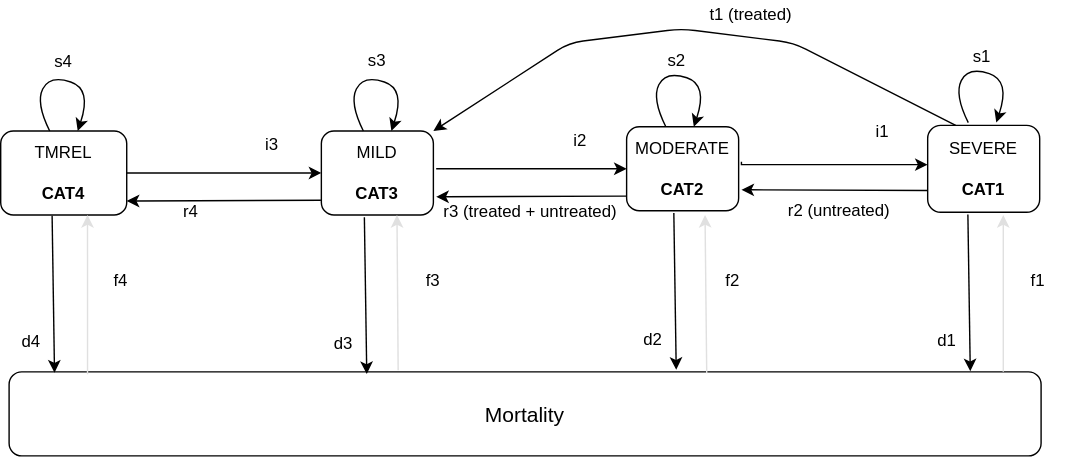
This is docs/source/models/risk_exposures/child_growth_failure/wasting/wasting_state_exposure_with_complicated_sam/calibration_transitions.svg from ihmeuw/vivarium_research, a draw.io export, as it was before one commit. Source tidied: cells renumbered, new cells last; positions are measured from the earlier drawing's top-left corner, leaving out a move shared by most shapes.
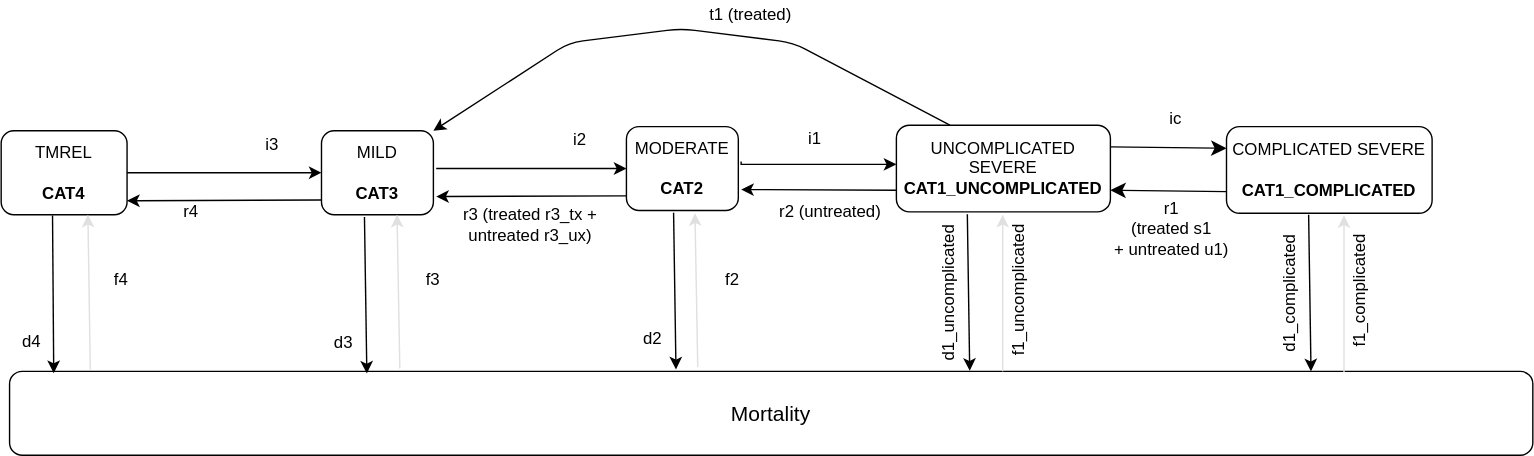
Later version of the same file.

Commit message:
update docs for wasting transition rates

What changed in the source:
```diff
@@ -22,34 +22,6 @@
     <mxCell id="7" value="r4" style="text;html=1;strokeColor=none;fillColor=none;align=center;verticalAlign=middle;whiteSpace=wrap;rounded=0;shadow=0;fontSize=12;" parent="1" vertex="1">
       <mxGeometry x="80" y="141" width="112" height="20" as="geometry" />
     </mxCell>
-    <mxCell id="8" style="curved=1;endArrow=classic;html=1;fontSize=12;" parent="1" edge="1">
-      <mxGeometry relative="1" as="geometry">
-        <mxPoint x="35" y="93" as="sourcePoint" />
-        <mxPoint x="55" y="93" as="targetPoint" />
-        <Array as="points">
-          <mxPoint x="25" y="73" />
-          <mxPoint x="35" y="53" />
-          <mxPoint x="65" y="63" />
-        </Array>
-      </mxGeometry>
-    </mxCell>
-    <mxCell id="9" style="curved=1;endArrow=classic;html=1;fontSize=12;" parent="1" edge="1">
-      <mxGeometry relative="1" as="geometry">
-        <mxPoint x="259" y="93" as="sourcePoint" />
-        <mxPoint x="279" y="93" as="targetPoint" />
-        <Array as="points">
-          <mxPoint x="249" y="73" />
-          <mxPoint x="259" y="53" />
-          <mxPoint x="289" y="63" />
-        </Array>
-      </mxGeometry>
-    </mxCell>
-    <mxCell id="10" value="s4" style="text;html=1;strokeColor=none;fillColor=none;align=center;verticalAlign=middle;whiteSpace=wrap;rounded=0;fontSize=12;" parent="1" vertex="1">
-      <mxGeometry x="25" y="34" width="40" height="19" as="geometry" />
-    </mxCell>
-    <mxCell id="11" value="s3" style="text;html=1;strokeColor=none;fillColor=none;align=center;verticalAlign=middle;whiteSpace=wrap;rounded=0;fontSize=12;" parent="1" vertex="1">
-      <mxGeometry x="249" y="33" width="40" height="20" as="geometry" />
-    </mxCell>
     <mxCell id="12" style="edgeStyle=orthogonalEdgeStyle;rounded=0;jettySize=auto;html=1;fontSize=12;" parent="1" edge="1" target="13">
       <mxGeometry relative="1" as="geometry">
         <mxPoint x="311" y="120" as="sourcePoint" />
@@ -66,20 +38,9 @@
         <mxPoint x="311" y="140" as="targetPoint" />
       </mxGeometry>
     </mxCell>
-    <mxCell id="16" value="r3 (treated + untreated)" style="text;html=1;strokeColor=none;fillColor=none;align=center;verticalAlign=middle;whiteSpace=wrap;rounded=0;shadow=0;fontSize=12;" parent="1" vertex="1">
-      <mxGeometry x="309" y="141" width="139" height="19" as="geometry" />
+    <mxCell id="16" value="r3 (treated r3_tx + untreated r3_ux)" style="text;html=1;strokeColor=none;fillColor=none;align=center;verticalAlign=middle;whiteSpace=wrap;rounded=0;shadow=0;fontSize=12;" parent="1" vertex="1">
+      <mxGeometry x="309" y="141" width="139" height="38" as="geometry" />
     </mxCell>
-    <mxCell id="17" style="curved=1;endArrow=classic;html=1;fontSize=12;" parent="1" edge="1">
-      <mxGeometry relative="1" as="geometry">
-        <mxPoint x="475" y="90" as="sourcePoint" />
-        <mxPoint x="495" y="90" as="targetPoint" />
-        <Array as="points">
-          <mxPoint x="465" y="70" />
-          <mxPoint x="475" y="50" />
-          <mxPoint x="505" y="60" />
-        </Array>
-      </mxGeometry>
-    </mxCell>
     <mxCell id="18" style="edgeStyle=orthogonalEdgeStyle;rounded=0;jettySize=auto;html=1;fontSize=12;" parent="1" edge="1" target="19">
       <mxGeometry relative="1" as="geometry">
         <mxPoint x="529" y="115" as="sourcePoint" />
@@ -88,11 +49,14 @@
         </Array>
       </mxGeometry>
     </mxCell>
+    <mxCell id="45" style="edgeStyle=none;curved=1;rounded=0;jettySize=auto;html=1;exitX=1;exitY=0.25;exitDx=0;exitDy=0;entryX=0;entryY=0.25;entryDx=0;entryDy=0;fontSize=12;startSize=8;endSize=8;" parent="1" edge="1" source="19" target="47">
+      <mxGeometry relative="1" as="geometry" />
+    </mxCell>
-    <mxCell id="19" value="&lt;font style=&quot;font-size: 12px&quot;&gt;SEVERE&lt;br style=&quot;font-size: 12px&quot;&gt;&lt;/font&gt;&lt;br style=&quot;font-size: 12px&quot;&gt;&lt;b style=&quot;font-size: 12px&quot;&gt;CAT&lt;/b&gt;&lt;b style=&quot;font-size: 12px&quot;&gt;1&lt;/b&gt;" style="rounded=1;whiteSpace=wrap;html=1;fontSize=12;" parent="1" vertex="1">
-      <mxGeometry x="662" y="89" width="80" height="62" as="geometry" />
+    <mxCell id="19" value="&lt;font style=&quot;font-size: 12px&quot;&gt;UNCOMPLICATED SEVERE&lt;/font&gt;&lt;br style=&quot;font-size: 12px&quot;&gt;&lt;b style=&quot;font-size: 12px&quot;&gt;CAT&lt;/b&gt;&lt;b style=&quot;font-size: 12px&quot;&gt;1_UNCOMPLICATED&lt;/b&gt;" style="rounded=1;whiteSpace=wrap;html=1;fontSize=12;" parent="1" vertex="1">
+      <mxGeometry x="640" y="89" width="153" height="62" as="geometry" />
     </mxCell>
     <mxCell id="20" value="i1" style="text;html=1;strokeColor=none;fillColor=none;align=center;verticalAlign=middle;whiteSpace=wrap;rounded=0;fontSize=12;" parent="1" vertex="1">
-      <mxGeometry x="610" y="84" width="40" height="20" as="geometry" />
+      <mxGeometry x="562" y="89" width="40" height="20" as="geometry" />
     </mxCell>
     <mxCell id="21" style="endArrow=classic;html=1;exitX=0;exitY=0.75;exitDx=0;exitDy=0;fontSize=12;" parent="1" edge="1" source="19">
       <mxGeometry relative="1" as="geometry">
@@ -100,29 +64,12 @@
       </mxGeometry>
     </mxCell>
     <mxCell id="22" value="r2 (untreated)" style="text;html=1;strokeColor=none;fillColor=none;align=center;verticalAlign=middle;whiteSpace=wrap;rounded=0;shadow=0;fontSize=12;" parent="1" vertex="1">
-      <mxGeometry x="543" y="140" width="112" height="20" as="geometry" />
+      <mxGeometry x="537" y="141" width="112" height="20" as="geometry" />
     </mxCell>
-    <mxCell id="23" style="curved=1;endArrow=classic;html=1;fontSize=12;" parent="1" edge="1">
-      <mxGeometry relative="1" as="geometry">
-        <mxPoint x="691" y="87" as="sourcePoint" />
-        <mxPoint x="711" y="87" as="targetPoint" />
-        <Array as="points">
-          <mxPoint x="681" y="67" />
-          <mxPoint x="691" y="47" />
-          <mxPoint x="721" y="57" />
-        </Array>
-      </mxGeometry>
-    </mxCell>
-    <mxCell id="24" value="s2" style="text;html=1;strokeColor=none;fillColor=none;align=center;verticalAlign=middle;whiteSpace=wrap;rounded=0;fontSize=12;" parent="1" vertex="1">
-      <mxGeometry x="463" y="33" width="40" height="20" as="geometry" />
-    </mxCell>
-    <mxCell id="25" value="s1" style="text;html=1;strokeColor=none;fillColor=none;align=center;verticalAlign=middle;whiteSpace=wrap;rounded=0;fontSize=12;" parent="1" vertex="1">
-      <mxGeometry x="681" y="30" width="40" height="20" as="geometry" />
-    </mxCell>
     <mxCell id="26" value="&lt;font style=&quot;font-size: 15px&quot;&gt;Mortality&lt;br&gt;&lt;/font&gt;" style="rounded=1;whiteSpace=wrap;html=1;" parent="1" vertex="1">
-      <mxGeometry x="6" y="265" width="737" height="60" as="geometry" />
+      <mxGeometry x="6" y="265" width="1089" height="60" as="geometry" />
     </mxCell>
-    <mxCell id="27" style="endArrow=classic;html=1;entryX=0.044;entryY=0.01;entryDx=0;entryDy=0;entryPerimeter=0;exitX=0.408;exitY=1.01;exitDx=0;exitDy=0;exitPerimeter=0;" parent="1" edge="1" source="3" target="26">
+    <mxCell id="27" style="endArrow=classic;html=1;entryX=0.029;entryY=0.021;entryDx=0;entryDy=0;entryPerimeter=0;exitX=0.408;exitY=1.01;exitDx=0;exitDy=0;exitPerimeter=0;" parent="1" edge="1" source="3" target="26">
       <mxGeometry relative="1" as="geometry" />
     </mxCell>
     <mxCell id="28" value="d4" style="text;html=1;strokeColor=none;fillColor=none;align=center;verticalAlign=middle;whiteSpace=wrap;rounded=0;" parent="1" vertex="1">
@@ -155,8 +102,8 @@
         <mxPoint x="692.4" y="264.6" as="targetPoint" />
       </mxGeometry>
     </mxCell>
-    <mxCell id="35" value="d1" style="text;html=1;strokeColor=none;fillColor=none;align=center;verticalAlign=middle;whiteSpace=wrap;rounded=0;" parent="1" vertex="1">
-      <mxGeometry x="656" y="233" width="40" height="20" as="geometry" />
+    <mxCell id="35" value="d1_uncomplicated" style="text;html=1;strokeColor=none;fillColor=none;align=center;verticalAlign=middle;whiteSpace=wrap;rounded=0;horizontal=0;" parent="1" vertex="1">
+      <mxGeometry x="658" y="199" width="40" height="20" as="geometry" />
     </mxCell>
     <mxCell id="36" style="endArrow=classic;html=1;exitX=0.25;exitY=0;exitDx=0;exitDy=0;entryX=1;entryY=0;entryDx=0;entryDy=0;" parent="1" edge="1" source="19" target="4">
       <mxGeometry relative="1" as="geometry">
@@ -170,27 +117,24 @@
     <mxCell id="37" value="t1 (treated)" style="text;html=1;strokeColor=none;fillColor=none;align=center;verticalAlign=middle;whiteSpace=wrap;rounded=0;fontSize=12;" parent="1" vertex="1">
       <mxGeometry x="496" width="80" height="20" as="geometry" />
     </mxCell>
-    <mxCell id="38" style="endArrow=classic;html=1;entryX=0.675;entryY=1;entryDx=0;entryDy=0;entryPerimeter=0;exitX=0.377;exitY=-0.018;exitDx=0;exitDy=0;exitPerimeter=0;strokeColor=#E0E0E0;" parent="1" edge="1" source="26" target="4">
-      <mxGeometry relative="1" as="geometry" />
+    <mxCell id="38" style="endArrow=classic;html=1;entryX=0.675;entryY=1;entryDx=0;entryDy=0;entryPerimeter=0;strokeColor=#E0E0E0;" parent="1" edge="1" target="4">
+      <mxGeometry relative="1" as="geometry">
+        <mxPoint x="285" y="263" as="sourcePoint" />
+      </mxGeometry>
     </mxCell>
-    <mxCell id="39" style="endArrow=classic;html=1;entryX=0.675;entryY=1;entryDx=0;entryDy=0;entryPerimeter=0;exitX=0.676;exitY=0.017;exitDx=0;exitDy=0;exitPerimeter=0;strokeColor=#E0E0E0;" parent="1" edge="1" source="26">
-      <mxGeometry relative="1" as="geometry">
-        <mxPoint x="503" y="153" as="targetPoint" />
-      </mxGeometry>
-    </mxCell>
     <mxCell id="40" style="endArrow=classic;html=1;entryX=0.675;entryY=1;entryDx=0;entryDy=0;entryPerimeter=0;strokeColor=#E0E0E0;" parent="1" edge="1">
       <mxGeometry relative="1" as="geometry">
         <mxPoint x="716" y="265" as="sourcePoint" />
         <mxPoint x="716" y="153" as="targetPoint" />
       </mxGeometry>
     </mxCell>
-    <mxCell id="41" style="endArrow=classic;html=1;entryX=0.675;entryY=1;entryDx=0;entryDy=0;entryPerimeter=0;exitX=0.076;exitY=0.028;exitDx=0;exitDy=0;exitPerimeter=0;strokeColor=#E0E0E0;" parent="1" edge="1" source="26">
+    <mxCell id="41" style="endArrow=classic;html=1;entryX=0.675;entryY=1;entryDx=0;entryDy=0;entryPerimeter=0;exitX=0.053;exitY=-0.023;exitDx=0;exitDy=0;exitPerimeter=0;strokeColor=#E0E0E0;" parent="1" edge="1" source="26">
       <mxGeometry relative="1" as="geometry">
         <mxPoint x="62" y="153" as="targetPoint" />
       </mxGeometry>
     </mxCell>
-    <mxCell id="42" value="f1" style="text;html=1;strokeColor=none;fillColor=none;align=center;verticalAlign=middle;whiteSpace=wrap;rounded=0;" parent="1" vertex="1">
-      <mxGeometry x="721" y="190" width="40" height="20" as="geometry" />
+    <mxCell id="42" value="f1_uncomplicated" style="text;html=1;strokeColor=none;fillColor=none;align=center;verticalAlign=middle;whiteSpace=wrap;rounded=0;horizontal=0;" parent="1" vertex="1">
+      <mxGeometry x="708" y="197" width="40" height="20" as="geometry" />
     </mxCell>
     <mxCell id="43" value="f3" style="text;html=1;strokeColor=none;fillColor=none;align=center;verticalAlign=middle;whiteSpace=wrap;rounded=0;" parent="1" vertex="1">
       <mxGeometry x="289" y="190" width="40" height="20" as="geometry" />
@@ -198,5 +142,41 @@
     <mxCell id="44" value="f4" style="text;html=1;strokeColor=none;fillColor=none;align=center;verticalAlign=middle;whiteSpace=wrap;rounded=0;" parent="1" vertex="1">
       <mxGeometry x="66" y="190" width="40" height="20" as="geometry" />
     </mxCell>
+    <mxCell id="46" style="edgeStyle=none;curved=1;rounded=0;jettySize=auto;html=1;exitX=0;exitY=0.75;exitDx=0;exitDy=0;entryX=1;entryY=0.75;entryDx=0;entryDy=0;fontSize=12;startSize=8;endSize=8;" parent="1" edge="1" source="47" target="19">
+      <mxGeometry relative="1" as="geometry" />
+    </mxCell>
+    <mxCell id="47" value="&lt;font style=&quot;font-size: 12px&quot;&gt;COMPLICATED SEVERE&lt;br style=&quot;font-size: 12px&quot;&gt;&lt;/font&gt;&lt;br style=&quot;font-size: 12px&quot;&gt;&lt;b style=&quot;font-size: 12px&quot;&gt;CAT&lt;/b&gt;&lt;b style=&quot;font-size: 12px&quot;&gt;1_COMPLICATED&lt;/b&gt;" style="rounded=1;whiteSpace=wrap;html=1;fontSize=12;" parent="1" vertex="1">
+      <mxGeometry x="876" y="90" width="147" height="62" as="geometry" />
+    </mxCell>
+    <mxCell id="48" value="r1&lt;div&gt;(treated s1&lt;/div&gt;&lt;div&gt;+ untreated u1)&lt;/div&gt;" style="text;html=1;strokeColor=none;fillColor=none;align=center;verticalAlign=middle;whiteSpace=wrap;rounded=0;shadow=0;fontSize=12;" parent="1" vertex="1">
+      <mxGeometry x="781" y="137" width="112" height="51" as="geometry" />
+    </mxCell>
+    <mxCell id="49" value="ic" style="text;html=1;strokeColor=none;fillColor=none;align=center;verticalAlign=middle;whiteSpace=wrap;rounded=0;shadow=0;fontSize=12;" parent="1" vertex="1">
+      <mxGeometry x="784" y="60" width="112" height="51" as="geometry" />
+    </mxCell>
+    <mxCell id="50" style="endArrow=classic;html=1;entryX=0.675;entryY=1;entryDx=0;entryDy=0;entryPerimeter=0;strokeColor=#E0E0E0;" parent="1" edge="1">
+      <mxGeometry relative="1" as="geometry">
+        <mxPoint x="498" y="262" as="sourcePoint" />
+        <mxPoint x="496" y="152" as="targetPoint" />
+      </mxGeometry>
+    </mxCell>
+    <mxCell id="51" style="endArrow=classic;html=1;entryX=0.044;entryY=0.01;entryDx=0;entryDy=0;entryPerimeter=0;exitX=0.408;exitY=1.01;exitDx=0;exitDy=0;exitPerimeter=0;" parent="1" edge="1">
+      <mxGeometry relative="1" as="geometry">
+        <mxPoint x="934.7" y="153" as="sourcePoint" />
+        <mxPoint x="936.4" y="265" as="targetPoint" />
+      </mxGeometry>
+    </mxCell>
+    <mxCell id="52" value="d1_&lt;span style=&quot;background-color: transparent; color: light-dark(rgb(0, 0, 0), rgb(255, 255, 255));&quot;&gt;complicated&lt;/span&gt;" style="text;html=1;strokeColor=none;fillColor=none;align=center;verticalAlign=middle;whiteSpace=wrap;rounded=0;horizontal=0;" parent="1" vertex="1">
+      <mxGeometry x="902" y="199.4" width="40" height="20" as="geometry" />
+    </mxCell>
+    <mxCell id="53" style="endArrow=classic;html=1;entryX=0.675;entryY=1;entryDx=0;entryDy=0;entryPerimeter=0;strokeColor=#E0E0E0;" parent="1" edge="1">
+      <mxGeometry relative="1" as="geometry">
+        <mxPoint x="960" y="265.4" as="sourcePoint" />
+        <mxPoint x="960" y="153.4" as="targetPoint" />
+      </mxGeometry>
+    </mxCell>
+    <mxCell id="54" value="f1_complicated" style="text;html=1;strokeColor=none;fillColor=none;align=center;verticalAlign=middle;whiteSpace=wrap;rounded=0;horizontal=0;" parent="1" vertex="1">
+      <mxGeometry x="952" y="197.4" width="40" height="20" as="geometry" />
+    </mxCell>
   </root>
 </mxGraphModel>
```
